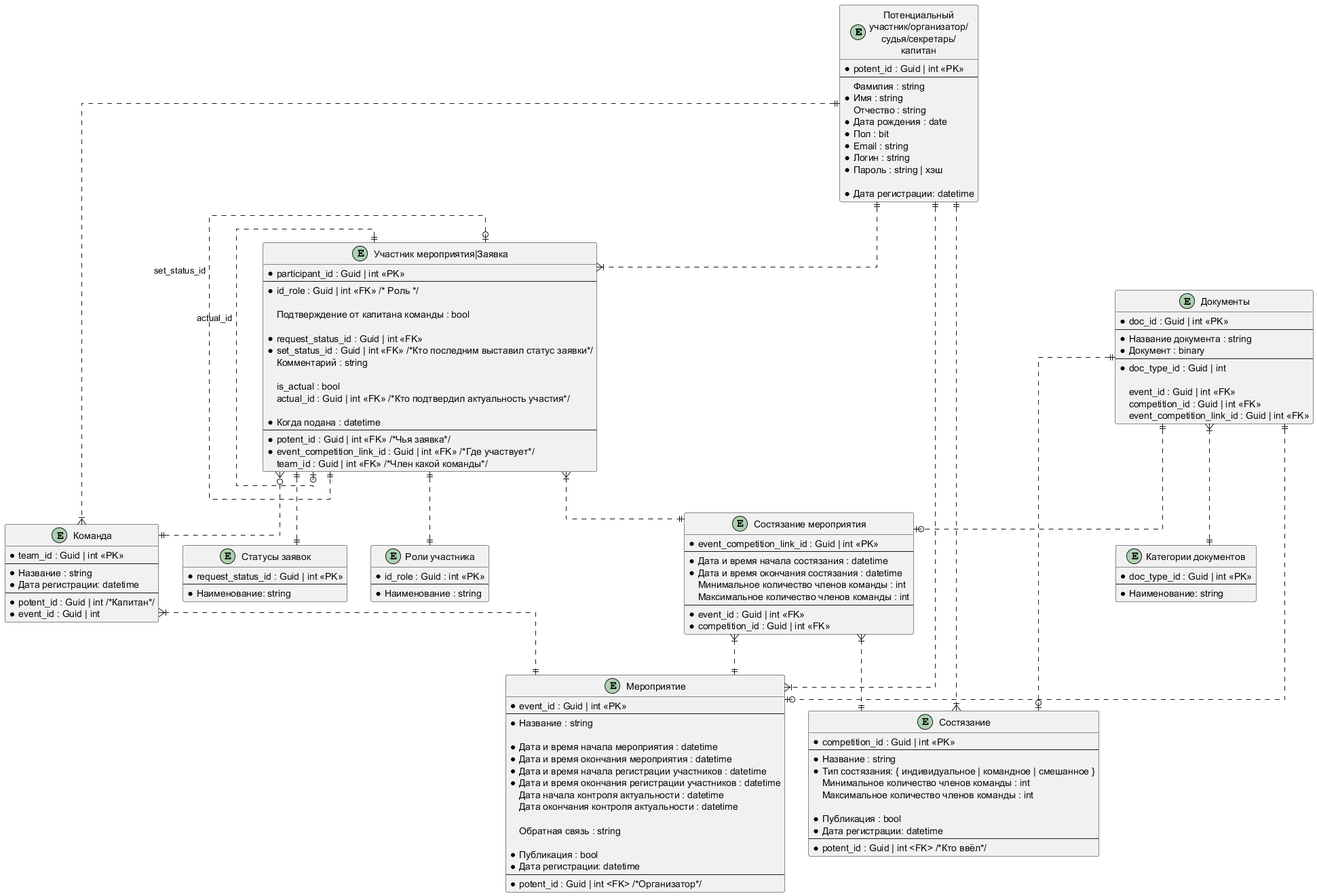
Before: Docs/ER.png, a diagram exported from PlantUML (NadinMalish/SportCompetition).
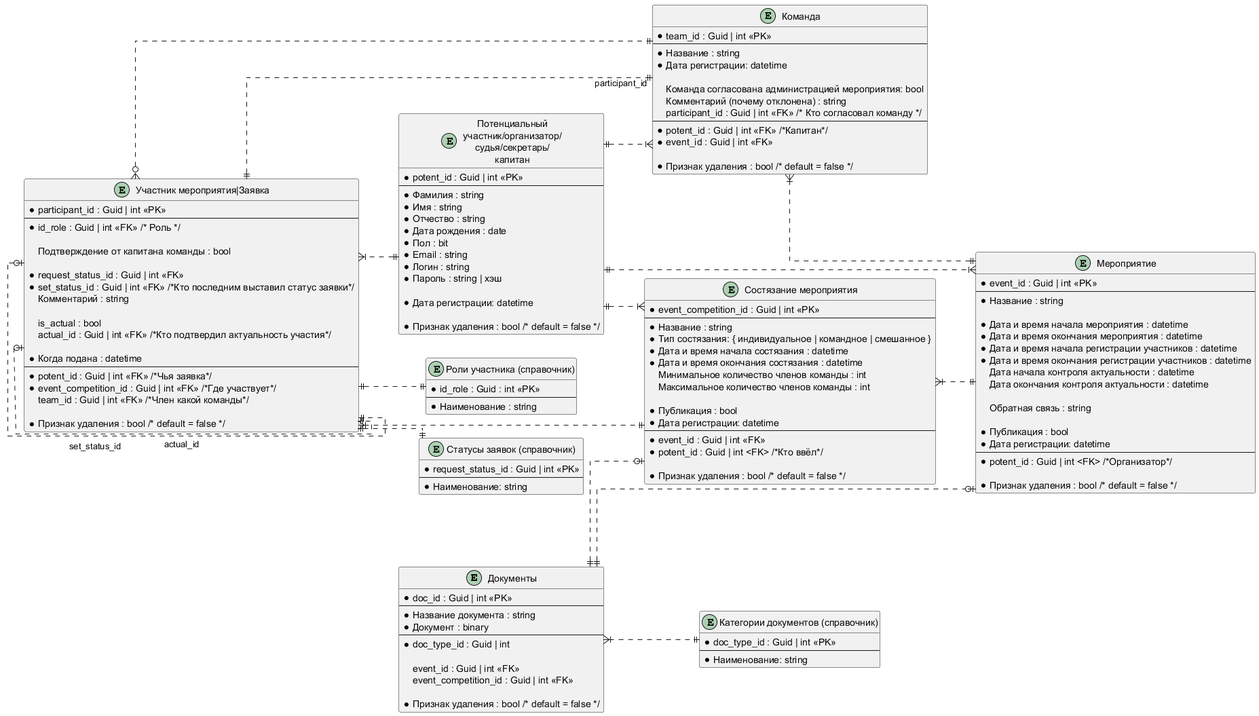
The same file after the commit.

Change to the diagram source:
```diff
@@ -1,21 +1,7 @@
 @startuml
 skinparam linetype ortho
+left to right direction
 
-
-entity "Потенциальный\nучастник/организатор/\nсудья/секретарь/\nкапитан" as potent {
-	* potent_id : Guid | int <<PK>>
-	--
-	Фамилия : string
-	* Имя : string
-	Отчество : string
-	* Дата рождения : date
-	* Пол : bit
-	* Email : string
-	* Логин : string
-	* Пароль : string | хэш
-
-	* Дата регистрации: datetime
-}
 
 together {
 
@@ -28,11 +14,12 @@
 		* doc_type_id : Guid | int
 
 		event_id : Guid | int <<FK>>
-		competition_id : Guid | int <<FK>>
-		event_competition_link_id : Guid | int <<FK>>
+		event_competition_id : Guid | int <<FK>>
+
+		* Признак удаления : bool /* default = false */
 	}
 
-	entity "Категории документов" as documentation_type {
+	entity "Категории документов (справочник)" as documentation_type {
 		* doc_type_id : Guid | int <<PK>>
 		--
 		* Наименование: string
@@ -59,32 +46,27 @@
 		* Дата регистрации: datetime
 		--
 		* potent_id : Guid | int <FK> /*Организатор*/
+
+		* Признак удаления : bool /* default = false */
 	}
 
-	entity "Состязание" as competition {
-		* competition_id : Guid | int <<PK>>
+	entity "Состязание мероприятия" as event_competition {
+		* event_competition_id : Guid | int <<PK>>
 		--
 		* Название : string
 		* Тип состязания: { индивидуальное | командное | смешанное }
+		* Дата и время начала состязания : datetime
+		* Дата и время окончания состязания : datetime
 		Минимальное количество членов команды : int
 		Максимальное количество членов команды : int
 
 		* Публикация : bool
 		* Дата регистрации: datetime
 		--
+		* event_id : Guid | int <<FK>>
 		* potent_id : Guid | int <FK> /*Кто ввёл*/
-	}
 
-	entity "Состязание мероприятия" as event_competition_link {
-		* event_competition_link_id : Guid | int <<PK>>
-		--
-		* Дата и время начала состязания : datetime
-		* Дата и время окончания состязания : datetime
-		Минимальное количество членов команды : int
-		Максимальное количество членов команды : int
-		--
-		* event_id : Guid | int <<FK>>
-		* competition_id : Guid | int <<FK>>
+		* Признак удаления : bool /* default = false */
 	}
 
 }
@@ -94,12 +76,35 @@
 	--
 	* Название : string
 	* Дата регистрации: datetime
+
+	Команда согласована администрацией мероприятия: bool
+	Комментарий (почему отклонена) : string
+	participant_id : Guid | int <<FK>> /* Кто согласовал команду */
 	--
-	* potent_id : Guid | int /*Капитан*/
-	* event_id : Guid | int
+	* potent_id : Guid | int <<FK>> /*Капитан*/
+	* event_id : Guid | int <<FK>>
+
+	* Признак удаления : bool /* default = false */
 }
 
 together {
+
+	entity "Потенциальный\nучастник/организатор/\nсудья/секретарь/\nкапитан" as potent {
+		* potent_id : Guid | int <<PK>>
+		--
+		* Фамилия : string
+		* Имя : string
+		* Отчество : string
+		* Дата рождения : date
+		* Пол : bit
+		* Email : string
+		* Логин : string
+		* Пароль : string | хэш
+
+		* Дата регистрации: datetime
+
+		* Признак удаления : bool /* default = false */
+	}
 
 	entity "Участник мероприятия|Заявка" as participant {
 		* participant_id : Guid | int <<PK>>
@@ -118,17 +123,19 @@
 		* Когда подана : datetime
 		--
 		* potent_id : Guid | int <<FK>> /*Чья заявка*/
-		* event_competition_link_id : Guid | int <<FK>> /*Где участвует*/
+		* event_competition_id : Guid | int <<FK>> /*Где участвует*/
 		team_id : Guid | int <<FK>> /*Член какой команды*/
+
+		* Признак удаления : bool /* default = false */
 	}
 
-	entity "Роли участника" as roles {
+	entity "Роли участника (справочник)" as roles {
 		* id_role : Guid : int <<PK>>
 		--
 		* Наименование : string
 	}
 
-	entity "Статусы заявок" as request_status {
+	entity "Статусы заявок (справочник)" as request_status {
 		* request_status_id : Guid | int <<PK>>
 		--
 		* Наименование: string
@@ -138,23 +145,22 @@
 
 documentation }|..|| documentation_type
 documentation ||..o| event
-documentation ||..o| competition
-documentation ||..o| event_competition_link
+documentation ||..o| event_competition
 
-event_competition_link }|..|| competition
-event_competition_link }|..|| event
+event_competition }|..|| event
 
 potent ||..|{ team
 potent ||..|{ participant
 potent ||..|{ event
-potent ||..|{ competition
+potent ||..|{ event_competition
 
 team }|..|| event
+team "participant_id" ||.up.|| participant
 
-participant }|..|| event_competition_link
+participant }|..|| event_competition
 participant }o..|| team
-participant |o.right.|| participant : set_status_id
-participant |o.left.|| participant : actual_id
+participant |o....|| participant : set_status_id
+participant |o....|| participant : actual_id
 participant ||..|| roles
 participant ||..|| request_status
 
```
